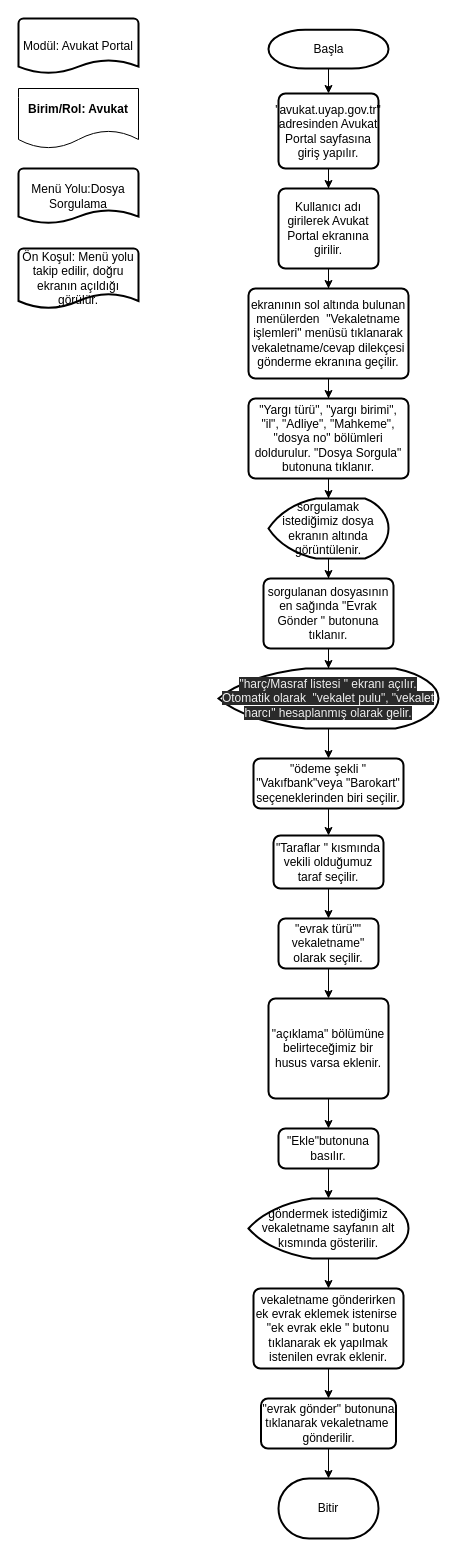
Earlier version of the draw.io diagram Diyagram Yönetim Sistemi/Diagrams/Avukat Portal Akışlar/avukat portalda vekaletname gönderme.drawio (dev-Thae/Diagram-Management-System). Source tidied: cells renumbered, new cells numbered last; positions are measured from the earlier drawing's top-left corner, leaving out a move shared by most shapes. Both pictures are drawn from the tidied source at 100%, with x=0, y=0 at pixel (18, 18).
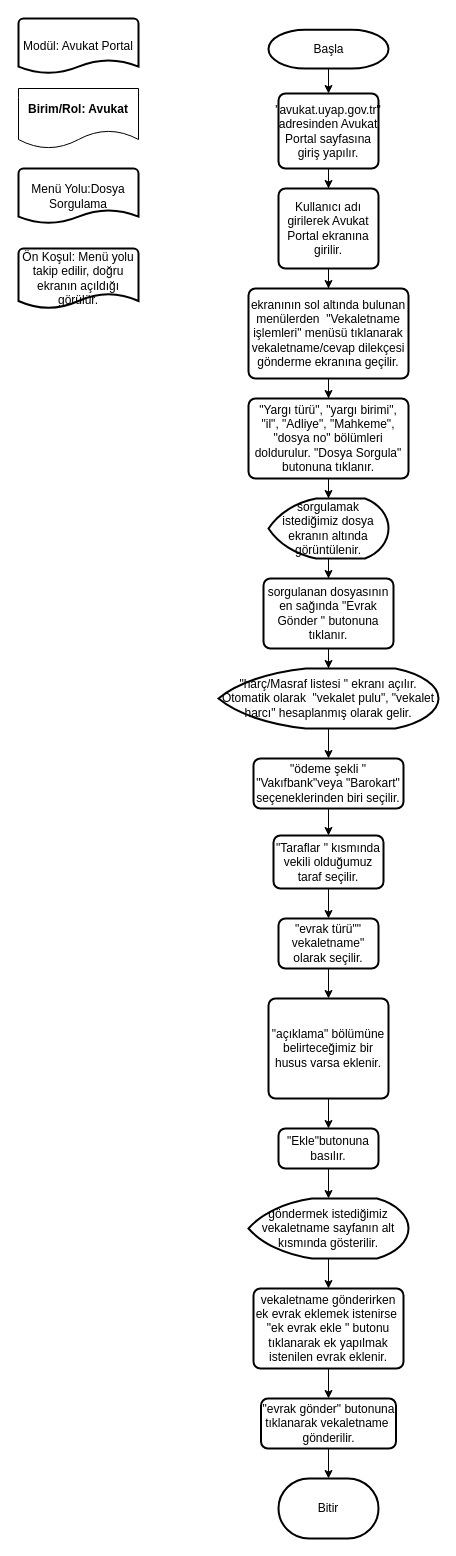
The same diagram, later.

Change to the diagram source:
```diff
@@
-    <mxCell id="22" value="&lt;span style=&quot;color: rgb(240, 240, 240); font-family: Helvetica; font-size: 12px; font-style: normal; font-variant-ligatures: normal; font-variant-caps: normal; font-weight: 400; letter-spacing: normal; orphans: 2; text-align: center; text-indent: 0px; text-transform: none; widows: 2; word-spacing: 0px; -webkit-text-stroke-width: 0px; background-color: rgb(42, 42, 42); text-decoration-thickness: initial; text-decoration-style: initial; text-decoration-color: initial; float: none; display: inline !important;&quot;&gt;&quot;harç/Masraf listesi &quot; ekranı açılır. Otomatik olarak&amp;nbsp; &quot;vekalet pulu&quot;, &quot;vekalet harcı&quot; hesaplanmış olarak gelir.&lt;/span&gt;" style="strokeWidth=2;html=1;shape=mxgraph.flowchart.display;whiteSpace=wrap;" parent="1" vertex="1">
+    <mxCell id="22" value="&lt;span style=&quot;font-family: Helvetica; font-size: 12px; font-style: normal; font-variant-ligatures: normal; font-variant-caps: normal; font-weight: 400; letter-spacing: normal; orphans: 2; text-align: center; text-indent: 0px; text-transform: none; widows: 2; word-spacing: 0px; -webkit-text-stroke-width: 0px; text-decoration-thickness: initial; text-decoration-style: initial; text-decoration-color: initial; float: none; display: inline !important;&quot;&gt;&quot;harç/Masraf listesi &quot; ekranı açılır. Otomatik olarak&amp;nbsp; &quot;vekalet pulu&quot;, &quot;vekalet harcı&quot; hesaplanmış olarak gelir.&lt;/span&gt;" style="strokeWidth=2;html=1;shape=mxgraph.flowchart.display;whiteSpace=wrap;labelBackgroundColor=none;fontColor=default;" parent="1" vertex="1">
       <mxGeometry x="200" y="650" width="220" height="60" as="geometry" />
     </mxCell>
```
